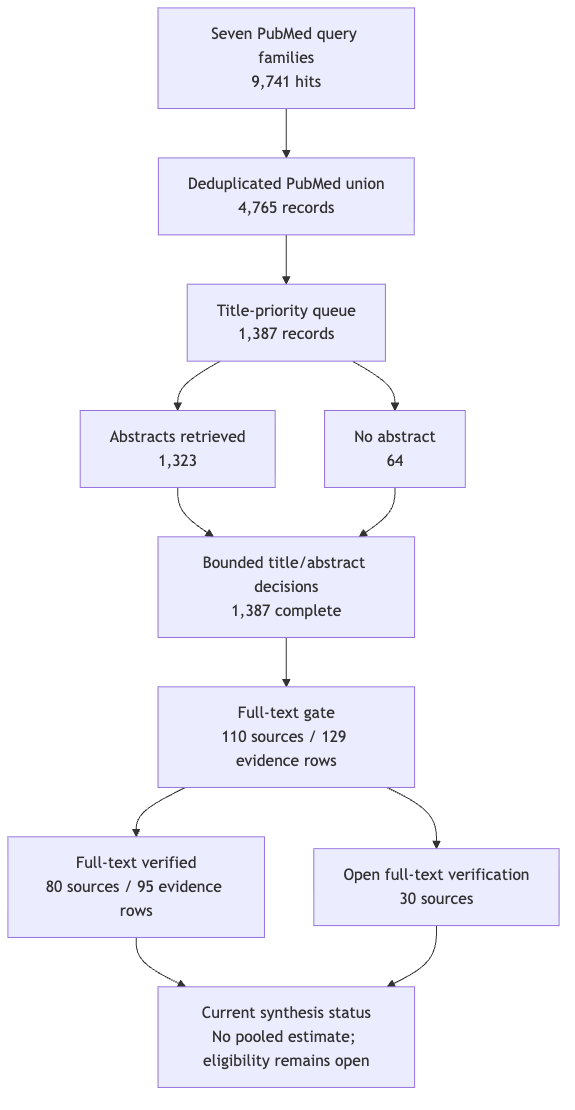
Above: manuscript/figures/figure-3-review-flow.png in dcmcshan/artemisia (Mermaid), before the change. Its source is kept beside it as manuscript/figures/figure-3-review-flow.mmd.
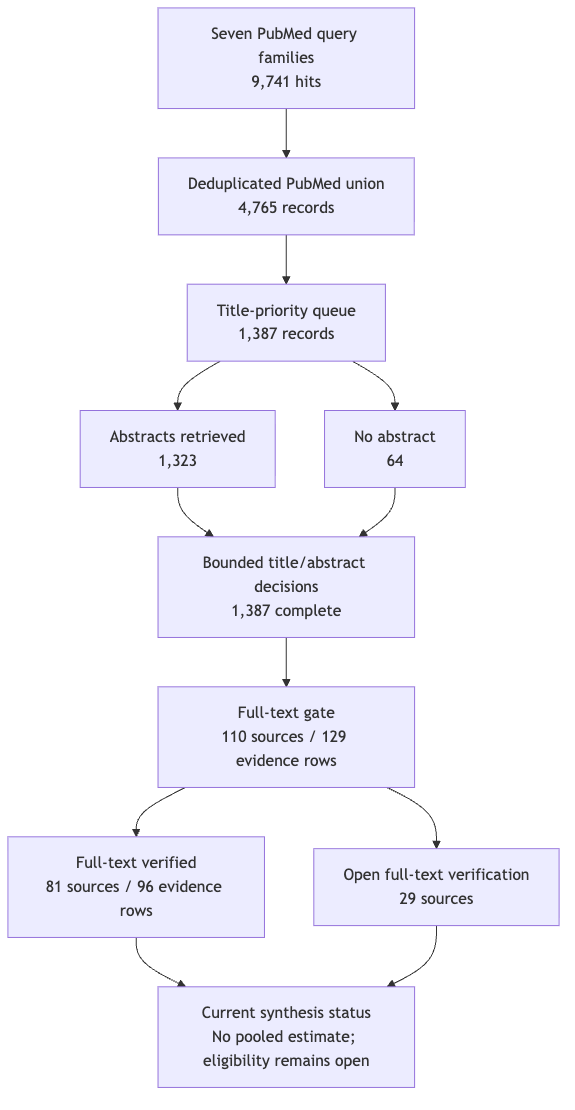
The same file after the commit.

Change to the diagram source:
```diff
@@ -6,7 +6,7 @@
   D --> F["Bounded title/abstract decisions<br/>1,387 complete"]
   E --> F
   F --> G["Full-text gate<br/>110 sources / 129 evidence rows"]
-  G --> H["Full-text verified<br/>80 sources / 95 evidence rows"]
-  G --> I["Open full-text verification<br/>30 sources"]
+  G --> H["Full-text verified<br/>81 sources / 96 evidence rows"]
+  G --> I["Open full-text verification<br/>29 sources"]
   H --> J["Current synthesis status<br/>No pooled estimate; eligibility remains open"]
   I --> J
```
